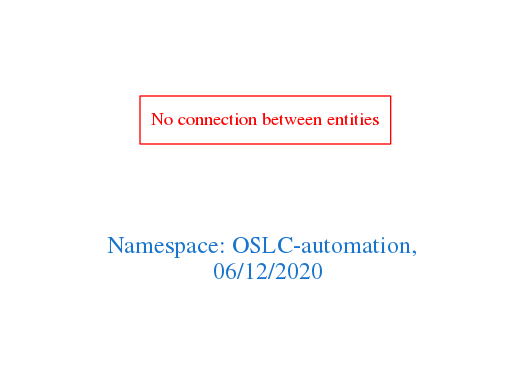
This is downloads/OSLC-automation.png from arago/OGIT, a Graphviz export, as it was before one commit. Its source is kept beside it as downloads/OSLC-automation.dot.
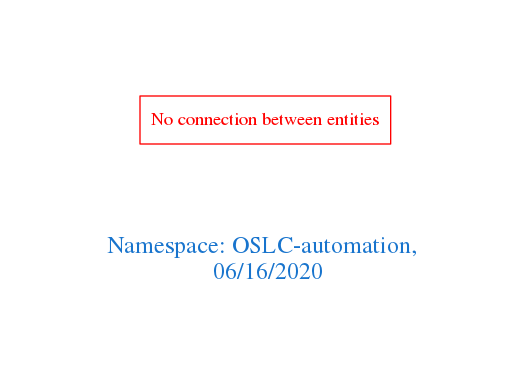
After the commit.

Diff of the diagram source:
```diff
@@ -1,7 +1,7 @@
 digraph OGIT_ontology {
  graph [ rankdir= LR,pad=1
 fontsize = 18,
-fontcolor= dodgerblue3,label = "\n\n\nNamespace: OSLC-automation, \n 06/12/2020"];
+fontcolor= dodgerblue3,label = "\n\n\nNamespace: OSLC-automation, \n 06/16/2020"];
 node[shape=polygon];
 edge [  color="gray81"];
 
```
